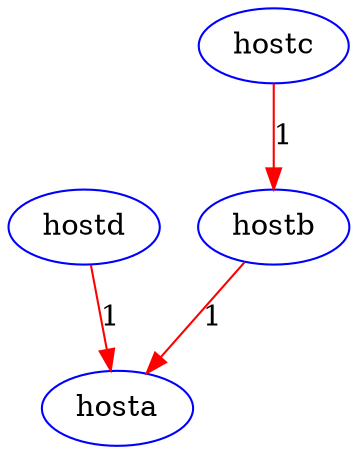
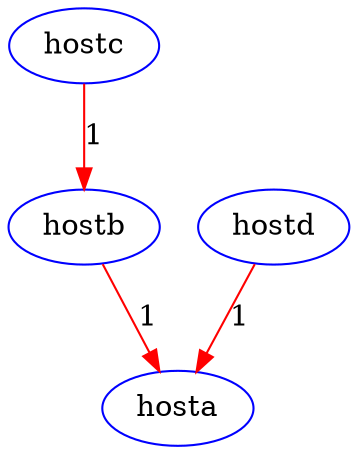
digraph G {
- 	"hostb"->"hosta"[ color=red, label=1 ];
	"hostc"->"hostb"[ color=red, label=1 ];
	"hostd"->"hosta"[ color=red, label=1 ];
+ 	"hostb"->"hosta"[ color=red, label=1 ];
	"hosta" [ color=blue ];
	"hostb" [ color=blue ];
	"hostc" [ color=blue ];
	"hostd" [ color=blue ];

}

